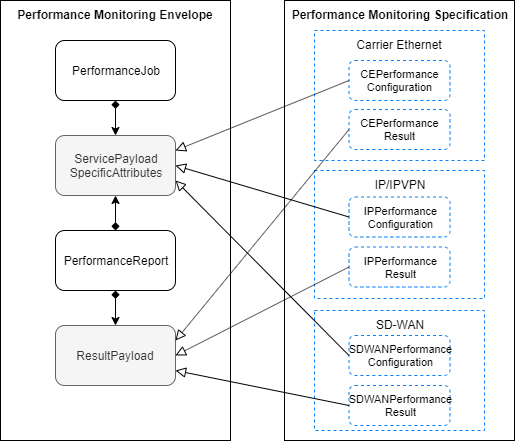
Above: documentation/serviceApi/pm/performance/media/performanceSpecSchema.png in MEF-GIT/MEF-LSO-Legato-SDK (draw.io), before the change. Source tidied: cells renumbered, new cells last; positions are measured from the earlier drawing's top-left corner, leaving out a move shared by most shapes. Its diagram source:
```xml
<mxGraphModel>
  <root>
    <mxCell id="0" />
    <mxCell id="1" parent="0" />
    <mxCell id="2" value="&lt;b&gt;Performance Monitoring Envelope&lt;/b&gt;" style="rounded=0;whiteSpace=wrap;html=1;verticalAlign=top;" parent="1" vertex="1">
      <mxGeometry width="230" height="440" as="geometry" />
    </mxCell>
    <mxCell id="3" value="PerformanceJob" style="rounded=1;whiteSpace=wrap;html=1;" parent="1" vertex="1">
      <mxGeometry x="55" y="40" width="120" height="60" as="geometry" />
    </mxCell>
    <mxCell id="4" value="PerformanceReport" style="rounded=1;whiteSpace=wrap;html=1;" parent="1" vertex="1">
      <mxGeometry x="55" y="230" width="120" height="60" as="geometry" />
    </mxCell>
    <mxCell id="5" value="ServicePayload&lt;br&gt;SpecificAttributes" style="rounded=1;html=1;whiteSpace=wrap;fillColor=#f5f5f5;strokeColor=#666666;fontColor=#333333;" parent="1" vertex="1">
      <mxGeometry x="55" y="135" width="120" height="60" as="geometry" />
    </mxCell>
    <mxCell id="6" style="endArrow=classic;html=1;startArrow=diamond;startFill=1;exitX=0.5;exitY=1;exitDx=0;exitDy=0;entryX=0.5;entryY=0;entryDx=0;entryDy=0;" parent="1" edge="1" source="3" target="5">
      <mxGeometry relative="1" as="geometry" />
    </mxCell>
    <mxCell id="7" style="endArrow=classic;html=1;startArrow=diamond;startFill=1;exitX=0.5;exitY=0;exitDx=0;exitDy=0;entryX=0.5;entryY=1;entryDx=0;entryDy=0;" parent="1" edge="1" source="4" target="5">
      <mxGeometry relative="1" as="geometry" />
    </mxCell>
    <mxCell id="8" value="ResultPayload" style="rounded=1;whiteSpace=wrap;html=1;fillColor=#f5f5f5;strokeColor=#666666;fontColor=#333333;" parent="1" vertex="1">
      <mxGeometry x="55" y="325" width="120" height="60" as="geometry" />
    </mxCell>
    <mxCell id="9" style="endArrow=classic;html=1;startArrow=diamond;startFill=1;exitX=0.5;exitY=1;exitDx=0;exitDy=0;entryX=0.5;entryY=0;entryDx=0;entryDy=0;" parent="1" edge="1" source="4" target="8">
      <mxGeometry relative="1" as="geometry" />
    </mxCell>
    <mxCell id="10" value="&lt;b&gt;Performance Monitoring Specification&lt;/b&gt;" style="rounded=0;whiteSpace=wrap;html=1;verticalAlign=top;" parent="1" vertex="1">
      <mxGeometry x="284" width="230" height="440" as="geometry" />
    </mxCell>
    <mxCell id="11" value="Carrier Ethernet" style="rounded=0;whiteSpace=wrap;html=1;dashed=1;strokeColor=#007FFF;verticalAlign=top;" parent="1" vertex="1">
      <mxGeometry x="314" y="30" width="170" height="130" as="geometry" />
    </mxCell>
    <mxCell id="12" value="CEPerformance&lt;br&gt;Configuration" style="rounded=1;whiteSpace=wrap;html=1;dashed=1;strokeColor=#007FFF;fontSize=11;" parent="1" vertex="1">
      <mxGeometry x="348.5" y="60" width="101" height="40" as="geometry" />
    </mxCell>
    <mxCell id="13" value="CEPerformance&lt;br&gt;Result" style="rounded=1;whiteSpace=wrap;html=1;dashed=1;strokeColor=#007FFF;fontSize=11;" parent="1" vertex="1">
      <mxGeometry x="348.5" y="109" width="101" height="40" as="geometry" />
    </mxCell>
    <mxCell id="14" value="IP/IPVPN" style="rounded=0;whiteSpace=wrap;html=1;dashed=1;strokeColor=#007FFF;verticalAlign=top;" parent="1" vertex="1">
      <mxGeometry x="314" y="170" width="170" height="128" as="geometry" />
    </mxCell>
    <mxCell id="15" value="IPPerformance&lt;br&gt;Configuration" style="rounded=1;whiteSpace=wrap;html=1;dashed=1;strokeColor=#007FFF;fontSize=11;" parent="1" vertex="1">
      <mxGeometry x="348.5" y="196.5" width="101" height="40" as="geometry" />
    </mxCell>
    <mxCell id="16" value="IPPerformance&lt;br&gt;Result" style="rounded=1;whiteSpace=wrap;html=1;dashed=1;strokeColor=#007FFF;fontSize=11;" parent="1" vertex="1">
      <mxGeometry x="348.5" y="246.5" width="101" height="40" as="geometry" />
    </mxCell>
    <mxCell id="17" value="SD-WAN" style="rounded=0;whiteSpace=wrap;html=1;dashed=1;strokeColor=#007FFF;verticalAlign=top;" parent="1" vertex="1">
      <mxGeometry x="314" y="310" width="170" height="120" as="geometry" />
    </mxCell>
    <mxCell id="18" value="SDWANPerformance&lt;br&gt;Configuration" style="rounded=1;whiteSpace=wrap;html=1;dashed=1;strokeColor=#007FFF;fontSize=11;" parent="1" vertex="1">
      <mxGeometry x="348.5" y="335" width="101" height="40" as="geometry" />
    </mxCell>
    <mxCell id="19" value="SDWANPerformance&lt;br&gt;Result" style="rounded=1;whiteSpace=wrap;html=1;dashed=1;strokeColor=#007FFF;fontSize=11;" parent="1" vertex="1">
      <mxGeometry x="348.5" y="385" width="101" height="40" as="geometry" />
    </mxCell>
    <mxCell id="20" style="endArrow=block;html=1;fontSize=11;endFill=0;exitX=0;exitY=0.5;exitDx=0;exitDy=0;entryX=1;entryY=0.25;entryDx=0;entryDy=0;endSize=8;" parent="1" edge="1" source="12" target="5">
      <mxGeometry relative="1" as="geometry" />
    </mxCell>
    <mxCell id="21" style="endArrow=block;html=1;fontSize=11;endFill=0;exitX=0;exitY=0.5;exitDx=0;exitDy=0;entryX=1;entryY=0.5;entryDx=0;entryDy=0;endSize=8;" parent="1" edge="1" source="15" target="5">
      <mxGeometry relative="1" as="geometry" />
    </mxCell>
    <mxCell id="22" style="endArrow=block;html=1;fontSize=11;endFill=0;exitX=0;exitY=0.5;exitDx=0;exitDy=0;entryX=1;entryY=0.75;entryDx=0;entryDy=0;endSize=8;" parent="1" edge="1" source="18" target="5">
      <mxGeometry relative="1" as="geometry" />
    </mxCell>
    <mxCell id="23" style="endArrow=block;html=1;fontSize=11;endFill=0;exitX=0;exitY=0.5;exitDx=0;exitDy=0;entryX=1;entryY=0.25;entryDx=0;entryDy=0;endSize=8;" parent="1" edge="1" source="13" target="8">
      <mxGeometry relative="1" as="geometry" />
    </mxCell>
    <mxCell id="24" style="endArrow=block;html=1;fontSize=11;endFill=0;exitX=0;exitY=0.5;exitDx=0;exitDy=0;entryX=1;entryY=0.5;entryDx=0;entryDy=0;endSize=8;" parent="1" edge="1" source="16" target="8">
      <mxGeometry relative="1" as="geometry" />
    </mxCell>
    <mxCell id="25" style="endArrow=block;html=1;fontSize=11;endFill=0;exitX=0;exitY=0.5;exitDx=0;exitDy=0;entryX=1;entryY=0.75;entryDx=0;entryDy=0;endSize=8;" parent="1" edge="1" source="19" target="8">
      <mxGeometry relative="1" as="geometry" />
    </mxCell>
  </root>
</mxGraphModel>
```
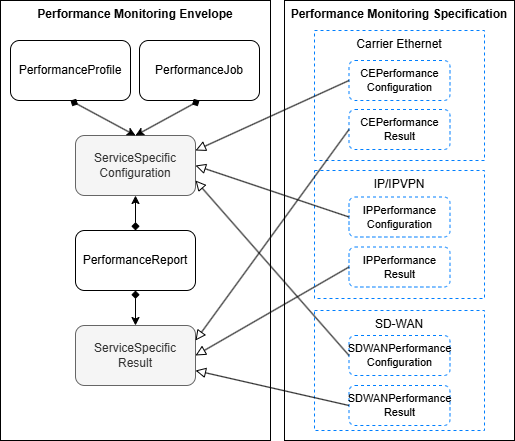
Above is the later version.

Change to the diagram source:
```diff
@@ -3,29 +3,29 @@
     <mxCell id="0" />
     <mxCell id="1" parent="0" />
     <mxCell id="2" value="&lt;b&gt;Performance Monitoring Envelope&lt;/b&gt;" style="rounded=0;whiteSpace=wrap;html=1;verticalAlign=top;" parent="1" vertex="1">
-      <mxGeometry width="230" height="440" as="geometry" />
+      <mxGeometry width="270" height="440" as="geometry" />
     </mxCell>
     <mxCell id="3" value="PerformanceJob" style="rounded=1;whiteSpace=wrap;html=1;" parent="1" vertex="1">
-      <mxGeometry x="55" y="40" width="120" height="60" as="geometry" />
+      <mxGeometry x="139" y="40" width="120" height="60" as="geometry" />
     </mxCell>
     <mxCell id="4" value="PerformanceReport" style="rounded=1;whiteSpace=wrap;html=1;" parent="1" vertex="1">
-      <mxGeometry x="55" y="230" width="120" height="60" as="geometry" />
+      <mxGeometry x="75" y="230" width="120" height="60" as="geometry" />
     </mxCell>
-    <mxCell id="5" value="ServicePayload&lt;br&gt;SpecificAttributes" style="rounded=1;html=1;whiteSpace=wrap;fillColor=#f5f5f5;strokeColor=#666666;fontColor=#333333;" parent="1" vertex="1">
-      <mxGeometry x="55" y="135" width="120" height="60" as="geometry" />
-    </mxCell>
-    <mxCell id="6" style="endArrow=classic;html=1;startArrow=diamond;startFill=1;exitX=0.5;exitY=1;exitDx=0;exitDy=0;entryX=0.5;entryY=0;entryDx=0;entryDy=0;" parent="1" edge="1" source="3" target="5">
-      <mxGeometry relative="1" as="geometry" />
-    </mxCell>
-    <mxCell id="7" style="endArrow=classic;html=1;startArrow=diamond;startFill=1;exitX=0.5;exitY=0;exitDx=0;exitDy=0;entryX=0.5;entryY=1;entryDx=0;entryDy=0;" parent="1" edge="1" source="4" target="5">
-      <mxGeometry relative="1" as="geometry" />
-    </mxCell>
-    <mxCell id="8" value="ResultPayload" style="rounded=1;whiteSpace=wrap;html=1;fillColor=#f5f5f5;strokeColor=#666666;fontColor=#333333;" parent="1" vertex="1">
-      <mxGeometry x="55" y="325" width="120" height="60" as="geometry" />
-    </mxCell>
-    <mxCell id="9" style="endArrow=classic;html=1;startArrow=diamond;startFill=1;exitX=0.5;exitY=1;exitDx=0;exitDy=0;entryX=0.5;entryY=0;entryDx=0;entryDy=0;" parent="1" edge="1" source="4" target="8">
-      <mxGeometry relative="1" as="geometry" />
-    </mxCell>
+    <mxCell id="26" value="ServiceSpecific&lt;div&gt;Configuration&lt;/div&gt;" style="rounded=1;html=1;fillColor=#f5f5f5;strokeColor=#666666;fontColor=#333333;whiteSpace=wrap;" parent="1" vertex="1">
+      <mxGeometry x="75" y="135" width="120" height="60" as="geometry" />
+    </mxCell>
+    <mxCell id="27" style="endArrow=classic;html=1;startArrow=diamond;startFill=1;exitX=0.5;exitY=1;exitDx=0;exitDy=0;entryX=0.5;entryY=0;entryDx=0;entryDy=0;" parent="1" edge="1" source="3" target="26">
+      <mxGeometry relative="1" as="geometry" />
+    </mxCell>
+    <mxCell id="28" style="endArrow=classic;html=1;startArrow=diamond;startFill=1;exitX=0.5;exitY=0;exitDx=0;exitDy=0;entryX=0.5;entryY=1;entryDx=0;entryDy=0;" parent="1" edge="1" source="4" target="26">
+      <mxGeometry relative="1" as="geometry" />
+    </mxCell>
+    <mxCell id="29" value="ServiceSpecific&lt;div&gt;Result&lt;/div&gt;" style="rounded=1;whiteSpace=wrap;html=1;fillColor=#f5f5f5;strokeColor=#666666;fontColor=#333333;" parent="1" vertex="1">
+      <mxGeometry x="75" y="325" width="120" height="60" as="geometry" />
+    </mxCell>
+    <mxCell id="30" style="endArrow=classic;html=1;startArrow=diamond;startFill=1;exitX=0.5;exitY=1;exitDx=0;exitDy=0;entryX=0.5;entryY=0;entryDx=0;entryDy=0;" parent="1" edge="1" source="4" target="29">
+      <mxGeometry relative="1" as="geometry" />
+    </mxCell>
     <mxCell id="10" value="&lt;b&gt;Performance Monitoring Specification&lt;/b&gt;" style="rounded=0;whiteSpace=wrap;html=1;verticalAlign=top;" parent="1" vertex="1">
       <mxGeometry x="284" width="230" height="440" as="geometry" />
     </mxCell>
@@ -56,23 +56,29 @@
     <mxCell id="19" value="SDWANPerformance&lt;br&gt;Result" style="rounded=1;whiteSpace=wrap;html=1;dashed=1;strokeColor=#007FFF;fontSize=11;" parent="1" vertex="1">
       <mxGeometry x="348.5" y="385" width="101" height="40" as="geometry" />
     </mxCell>
-    <mxCell id="20" style="endArrow=block;html=1;fontSize=11;endFill=0;exitX=0;exitY=0.5;exitDx=0;exitDy=0;entryX=1;entryY=0.25;entryDx=0;entryDy=0;endSize=8;" parent="1" edge="1" source="12" target="5">
-      <mxGeometry relative="1" as="geometry" />
-    </mxCell>
-    <mxCell id="21" style="endArrow=block;html=1;fontSize=11;endFill=0;exitX=0;exitY=0.5;exitDx=0;exitDy=0;entryX=1;entryY=0.5;entryDx=0;entryDy=0;endSize=8;" parent="1" edge="1" source="15" target="5">
-      <mxGeometry relative="1" as="geometry" />
-    </mxCell>
-    <mxCell id="22" style="endArrow=block;html=1;fontSize=11;endFill=0;exitX=0;exitY=0.5;exitDx=0;exitDy=0;entryX=1;entryY=0.75;entryDx=0;entryDy=0;endSize=8;" parent="1" edge="1" source="18" target="5">
-      <mxGeometry relative="1" as="geometry" />
-    </mxCell>
-    <mxCell id="23" style="endArrow=block;html=1;fontSize=11;endFill=0;exitX=0;exitY=0.5;exitDx=0;exitDy=0;entryX=1;entryY=0.25;entryDx=0;entryDy=0;endSize=8;" parent="1" edge="1" source="13" target="8">
-      <mxGeometry relative="1" as="geometry" />
-    </mxCell>
-    <mxCell id="24" style="endArrow=block;html=1;fontSize=11;endFill=0;exitX=0;exitY=0.5;exitDx=0;exitDy=0;entryX=1;entryY=0.5;entryDx=0;entryDy=0;endSize=8;" parent="1" edge="1" source="16" target="8">
-      <mxGeometry relative="1" as="geometry" />
-    </mxCell>
-    <mxCell id="25" style="endArrow=block;html=1;fontSize=11;endFill=0;exitX=0;exitY=0.5;exitDx=0;exitDy=0;entryX=1;entryY=0.75;entryDx=0;entryDy=0;endSize=8;" parent="1" edge="1" source="19" target="8">
-      <mxGeometry relative="1" as="geometry" />
-    </mxCell>
+    <mxCell id="31" style="endArrow=block;html=1;fontSize=11;endFill=0;exitX=0;exitY=0.5;exitDx=0;exitDy=0;entryX=1;entryY=0.25;entryDx=0;entryDy=0;endSize=8;" parent="1" edge="1" source="12" target="26">
+      <mxGeometry relative="1" as="geometry" />
+    </mxCell>
+    <mxCell id="32" style="endArrow=block;html=1;fontSize=11;endFill=0;exitX=0;exitY=0.5;exitDx=0;exitDy=0;entryX=1;entryY=0.5;entryDx=0;entryDy=0;endSize=8;" parent="1" edge="1" source="15" target="26">
+      <mxGeometry relative="1" as="geometry" />
+    </mxCell>
+    <mxCell id="33" style="endArrow=block;html=1;fontSize=11;endFill=0;exitX=0;exitY=0.5;exitDx=0;exitDy=0;entryX=1;entryY=0.75;entryDx=0;entryDy=0;endSize=8;" parent="1" edge="1" source="18" target="26">
+      <mxGeometry relative="1" as="geometry" />
+    </mxCell>
+    <mxCell id="34" style="endArrow=block;html=1;fontSize=11;endFill=0;exitX=0;exitY=0.5;exitDx=0;exitDy=0;entryX=1;entryY=0.25;entryDx=0;entryDy=0;endSize=8;" parent="1" edge="1" source="13" target="29">
+      <mxGeometry relative="1" as="geometry" />
+    </mxCell>
+    <mxCell id="35" style="endArrow=block;html=1;fontSize=11;endFill=0;exitX=0;exitY=0.5;exitDx=0;exitDy=0;entryX=1;entryY=0.5;entryDx=0;entryDy=0;endSize=8;" parent="1" edge="1" source="16" target="29">
+      <mxGeometry relative="1" as="geometry" />
+    </mxCell>
+    <mxCell id="36" style="endArrow=block;html=1;fontSize=11;endFill=0;exitX=0;exitY=0.5;exitDx=0;exitDy=0;entryX=1;entryY=0.75;entryDx=0;entryDy=0;endSize=8;" parent="1" edge="1" source="19" target="29">
+      <mxGeometry relative="1" as="geometry" />
+    </mxCell>
+    <mxCell id="37" value="PerformanceProfile" style="rounded=1;whiteSpace=wrap;html=1;" parent="1" vertex="1">
+      <mxGeometry x="10" y="40" width="120" height="60" as="geometry" />
+    </mxCell>
+    <mxCell id="38" style="endArrow=classic;html=1;startArrow=diamond;startFill=1;exitX=0.5;exitY=1;exitDx=0;exitDy=0;entryX=0.5;entryY=0;entryDx=0;entryDy=0;" parent="1" edge="1" source="37" target="26">
+      <mxGeometry relative="1" as="geometry" />
+    </mxCell>
   </root>
 </mxGraphModel>
```
